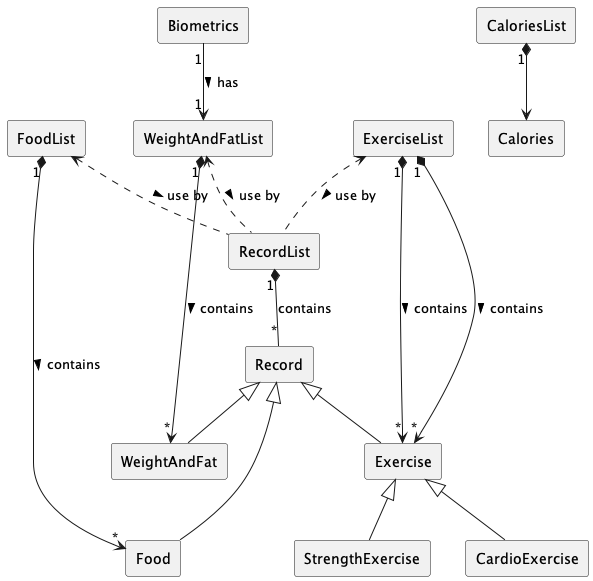
Before: docs/UmlDiagrams/Records.png, a diagram exported from PlantUML (nus-cs2113-AY2223S1/tp).
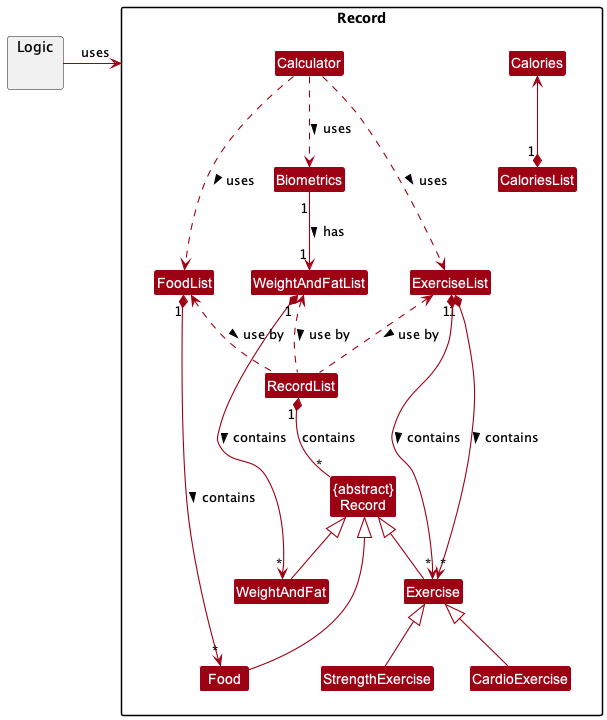
Above is the later version.

Commit message:
Update record with umlstyle

Change to the diagram source:
```diff
@@ -1,22 +1,49 @@
 @startuml
 
-skinparam componentStyle rectangle
+!include style.puml
+skinparam arrowThickness 1.1
+skinparam arrowColor RECORD_COLOR
+skinparam classBackgroundColor RECORD_COLOR
 
-[RecordList] "1" *-- "*" [Record] : contains
-[Record] <|--- [Food]
-[Record] <|-- [WeightAndFat]
-[Record] <|-- [Exercise]
-[ExerciseList] "1" *--> "*" [Exercise]: contains >
-[ExerciseList] "1" *--> "*" [Exercise]: contains >
-[Exercise] <|-- [StrengthExercise]
-[Exercise] <|-- [CardioExercise]
-[FoodList] "1" *--> "*" [Food]: contains >
-[ExerciseList] <..  [RecordList]: use by >
-[WeightAndFatList] <..  [RecordList]: use by >
-[WeightAndFatList] "1" *--> "*" [WeightAndFat]: contains >
-[FoodList] <..  [RecordList]: use by >
-[Biometrics] "1" --> "1" [WeightAndFatList]: has >
-[CaloriesList] "1" *--> [Calories]
+package Record {
+Class "{abstract}\nRecord"
+Class Food
+Class WeightAndFat
+Class Exercise
+Class ExerciseList
+Class StrengthExercise
+Class CardioExercise
+Class FoodList
+Class Food
+Class RecordList
+Class Biometrics
+Class WeightAndFatList
+Class Calories
+Class CaloriesList
+Class Calculator
+}
 
+package Logic {
+}
+
+RecordList "1" *-- "*" "{abstract}\nRecord" : contains
+"{abstract}\nRecord" <|--- Food
+"{abstract}\nRecord"<|-- WeightAndFat
+"{abstract}\nRecord" <|-- Exercise
+ExerciseList "1" *--> "*" Exercise: contains >
+ExerciseList "1" *--> "*" Exercise: contains >
+Exercise <|-- StrengthExercise
+Exercise <|-- CardioExercise
+FoodList "1" *--> "*" Food: contains >
+ExerciseList <..  RecordList: use by >
+WeightAndFatList <..  RecordList: use by >
+WeightAndFatList "1" *--> "*" WeightAndFat: contains >
+FoodList <..  RecordList: use by >
+Biometrics "1" --> "1" WeightAndFatList: has >
+CaloriesList "1" *-up-> Calories
+Calculator ..> FoodList : uses >
+Calculator ..> Biometrics : uses >
+Calculator ..> ExerciseList : uses >
+Logic -left-> Record : uses
 hide empty members
 @enduml
```
